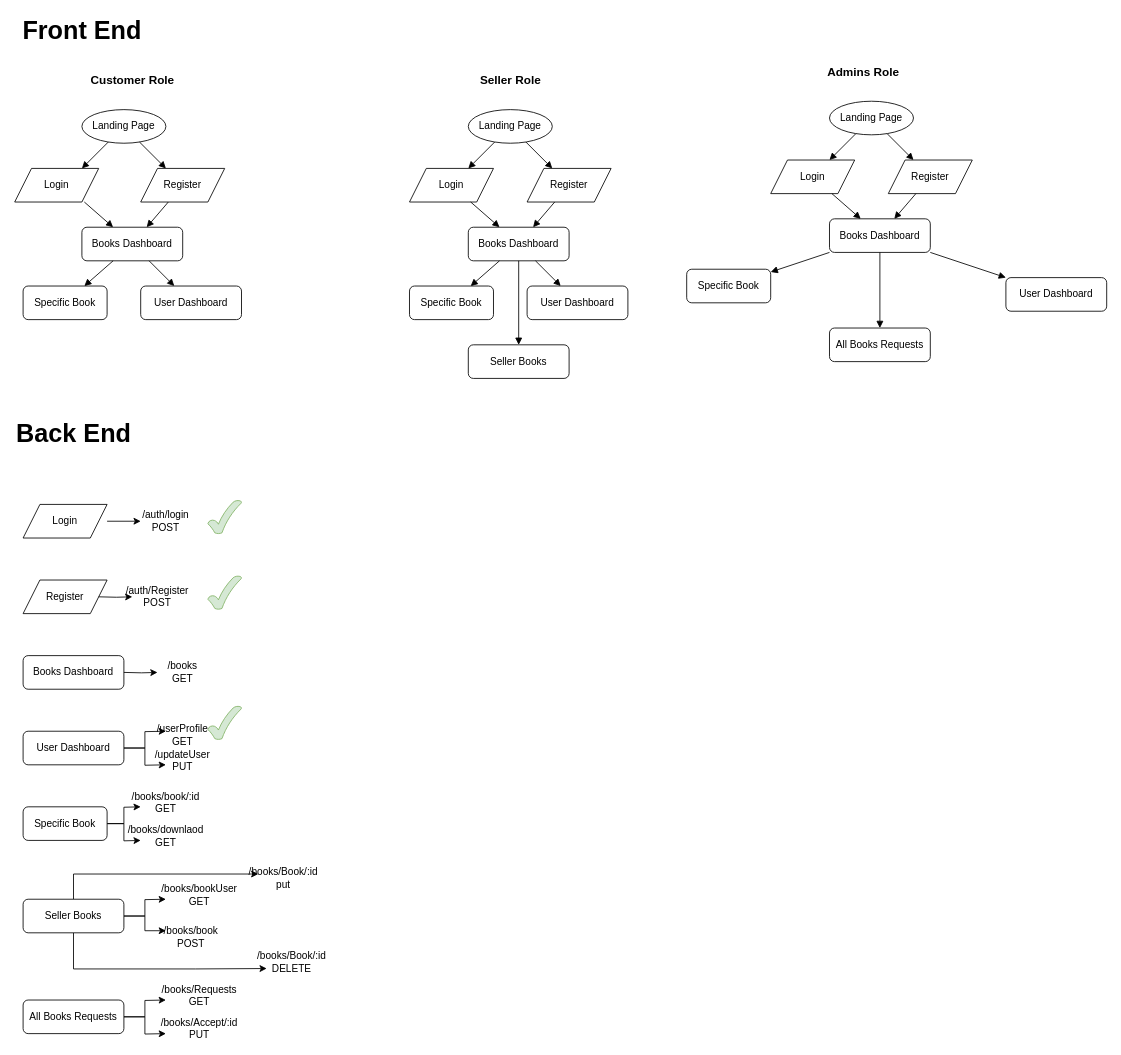
Before: bookMangmentDiagram.drawio in OmarAboelnaga121/Books-Mangment-Api, a draw.io diagram. Source tidied: cells renumbered, new cells numbered last; positions are measured from the earlier drawing's top-left corner, leaving out a move shared by most shapes. Both pictures are drawn from the tidied source at 84%, with x=0, y=0 at pixel (14, 17).
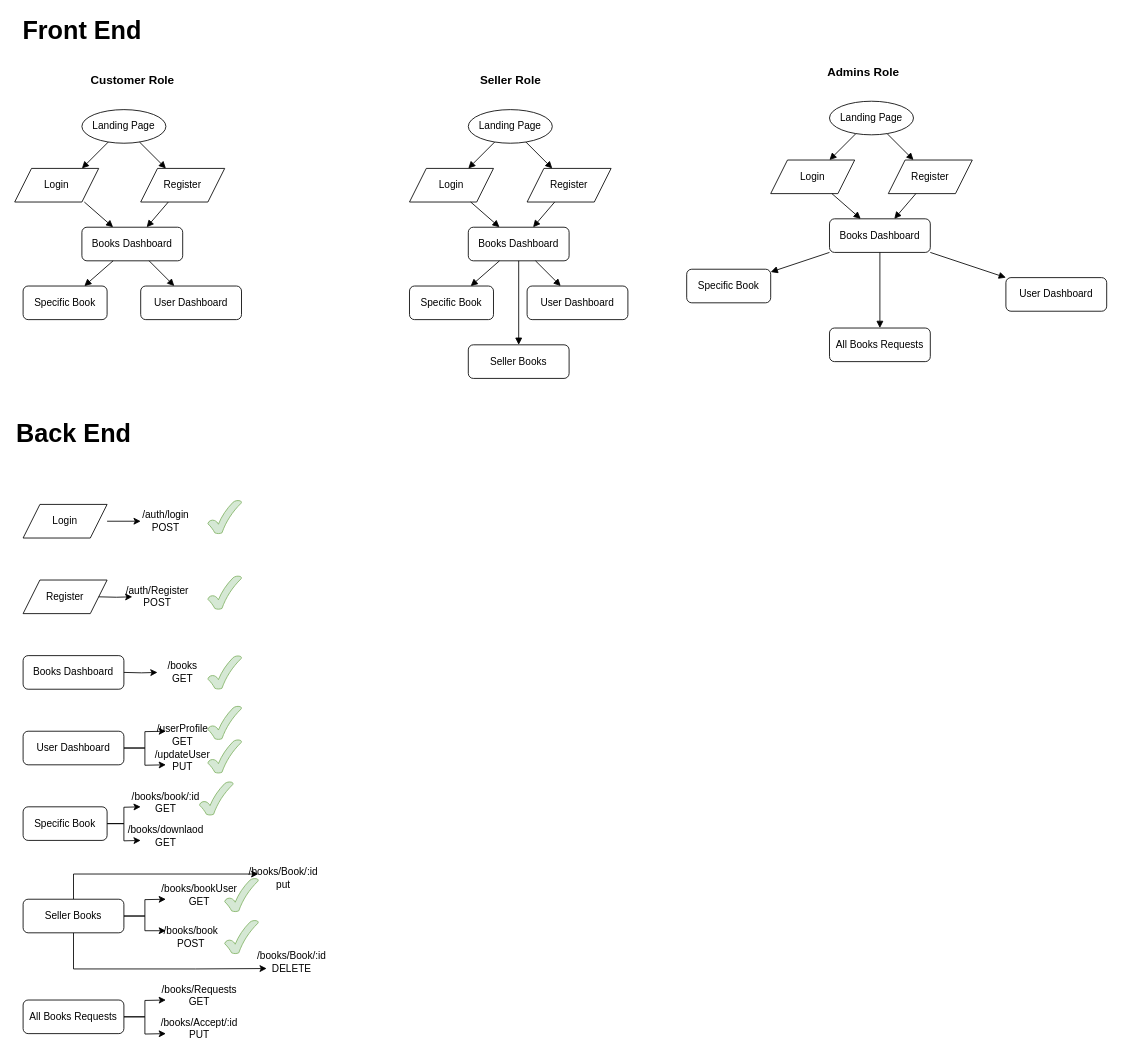
Above is the later version.

Change to the diagram source:
```diff
@@
+    <mxCell id="83" style="verticalLabelPosition=bottom;verticalAlign=top;html=1;shape=mxgraph.basic.tick;fillColor=#d5e8d4;strokeColor=#82b366;" parent="1" vertex="1">
+      <mxGeometry x="250" y="1075" width="40" height="40" as="geometry" />
+    </mxCell>
+    <mxCell id="84" style="verticalLabelPosition=bottom;verticalAlign=top;html=1;shape=mxgraph.basic.tick;fillColor=#d5e8d4;strokeColor=#82b366;" parent="1" vertex="1">
+      <mxGeometry x="230" y="760" width="40" height="40" as="geometry" />
+    </mxCell>
+    <mxCell id="85" style="verticalLabelPosition=bottom;verticalAlign=top;html=1;shape=mxgraph.basic.tick;fillColor=#d5e8d4;strokeColor=#82b366;" parent="1" vertex="1">
+      <mxGeometry x="250" y="1025" width="40" height="40" as="geometry" />
+    </mxCell>
+    <mxCell id="86" style="verticalLabelPosition=bottom;verticalAlign=top;html=1;shape=mxgraph.basic.tick;fillColor=#d5e8d4;strokeColor=#82b366;" parent="1" vertex="1">
+      <mxGeometry x="230" y="860" width="40" height="40" as="geometry" />
+    </mxCell>
+    <mxCell id="87" style="verticalLabelPosition=bottom;verticalAlign=top;html=1;shape=mxgraph.basic.tick;fillColor=#d5e8d4;strokeColor=#82b366;" parent="1" vertex="1">
+      <mxGeometry x="220" y="910" width="40" height="40" as="geometry" />
+    </mxCell>
```
